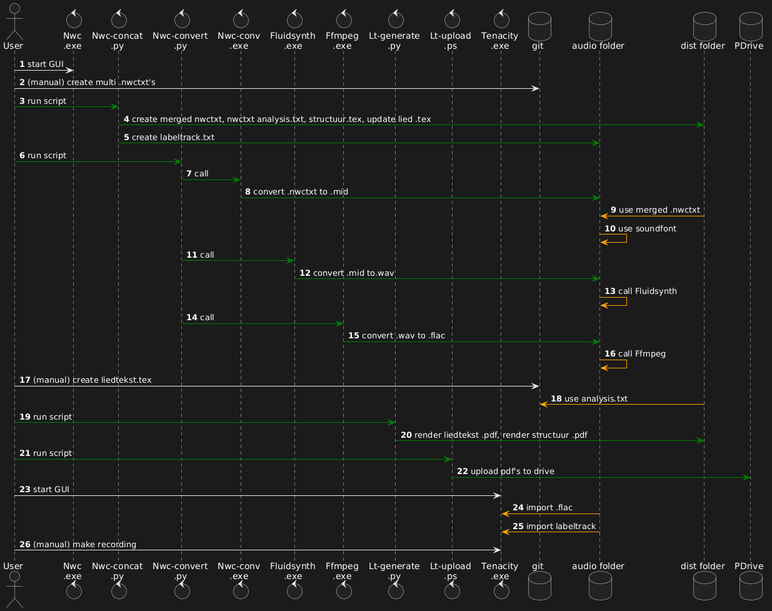
real70discohits/liedteksten-code keeps this PlantUML diagram as project/schema_black.png. Above is the earlier version.
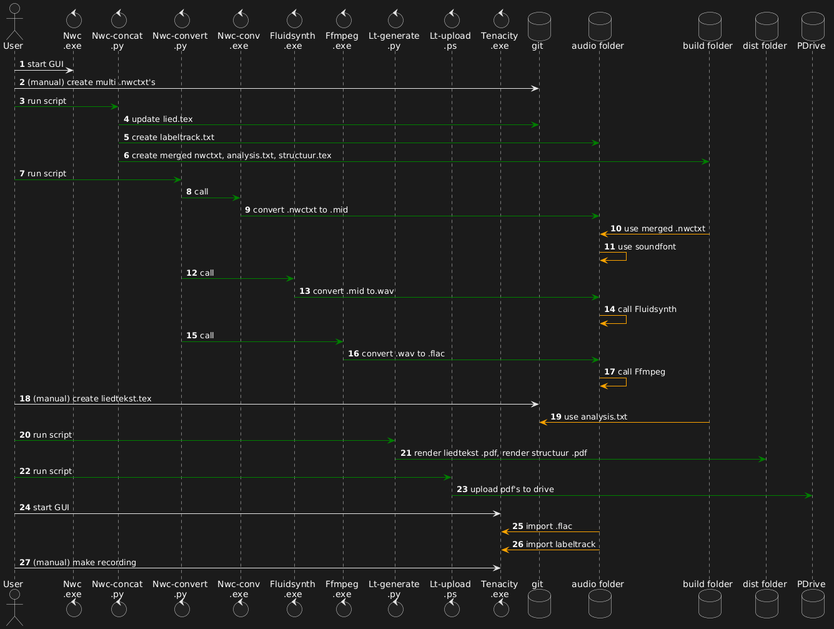
Later version of the same file.

The edit, as a diff of the source:
```diff
@@ -10,7 +10,8 @@
 control     "Lt-upload\n.ps"    as ltupload
 control     "Tenacity\n.exe"  as tenacity
 database    "git" as repos
-database    "audio folder" as audio_output_folder
+database    "audio folder" as audio
+database    "build folder" as build
 database    "dist folder" as dist
 database    PDrive as pdrive
 
@@ -18,27 +19,34 @@
 u1 -> nwc : start GUI
 u1 -> repos: (manual) create multi .nwctxt's
 u1 -[#green]> nwconcpy : run script
-nwconcpy -[#green]> dist: create merged nwctxt, nwctxt analysis.txt, structuur.tex, update lied .tex
-nwconcpy -[#green]> audio_output_folder: create labeltrack.txt
+
+nwconcpy -[#green]> repos: update lied.tex
+nwconcpy -[#green]> audio : create labeltrack.txt
+nwconcpy -[#green]> build: create merged nwctxt, analysis.txt, structuur.tex
+
 u1 -[#green]> nwconvpy : run script
 nwconvpy -[#green]> nwconvexe : call
-nwconvexe -[#green]> audio_output_folder: convert .nwctxt to .mid
-dist -[#orange]> audio_output_folder: use merged .nwctxt
-audio_output_folder -[#orange]> audio_output_folder: use soundfont
+nwconvexe -[#green]> audio: convert .nwctxt to .mid
+build -[#orange]> audio: use merged .nwctxt
+audio -[#orange]> audio: use soundfont
 nwconvpy -[#green]> fluid : call
-fluid -[#green]> audio_output_folder: convert .mid to.wav
-audio_output_folder -[#orange]> audio_output_folder: call Fluidsynth
+fluid -[#green]> audio : convert .mid to.wav
+audio -[#orange]> audio: call Fluidsynth
 nwconvpy -[#green]> ffmpeg : call
-ffmpeg -[#green]> audio_output_folder: convert .wav to .flac
-audio_output_folder -[#orange]> audio_output_folder: call Ffmpeg
+ffmpeg -[#green]> audio : convert .wav to .flac
+audio -[#orange]> audio: call Ffmpeg
+
 u1 -> repos: (manual) create liedtekst.tex
-dist -[#orange]> repos: use analysis.txt
+build -[#orange]> repos: use analysis.txt
+
 u1 -[#green]> ltgenerate : run script
 ltgenerate -[#green]> dist: render liedtekst .pdf, render structuur .pdf
+
 u1 -[#green]> ltupload : run script
 ltupload -[#green]> pdrive : upload pdf's to drive
+
 u1 -> tenacity : start GUI
-tenacity <[#orange]- audio_output_folder: import .flac
-tenacity <[#orange]- audio_output_folder: import labeltrack
+tenacity <[#orange]- audio : import .flac
+tenacity <[#orange]- audio : import labeltrack
 u1 -> tenacity : (manual) make recording
 @enduml
```
